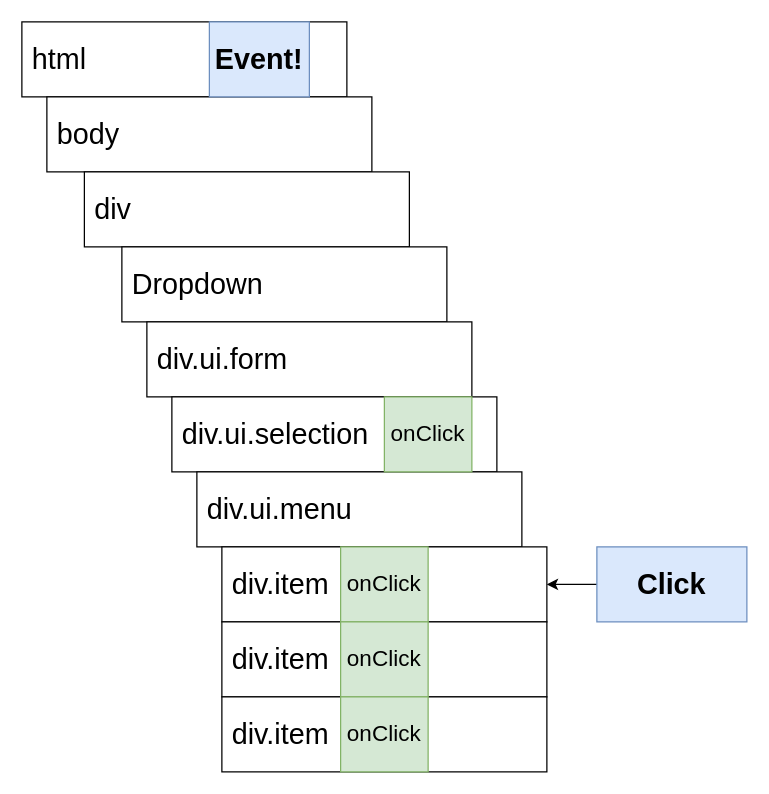
Earlier version of the draw.io diagram page "07 - bubble" (6 of 18) of diagrams/widgets/02.drawio (HappySuzuki/redux-code). Source tidied: cells renumbered, new cells numbered last; positions are measured from the earlier drawing's top-left corner, leaving out a move shared by most shapes. Both pictures are drawn from the tidied source at 125%, with x=0, y=0 at pixel (21, 21).
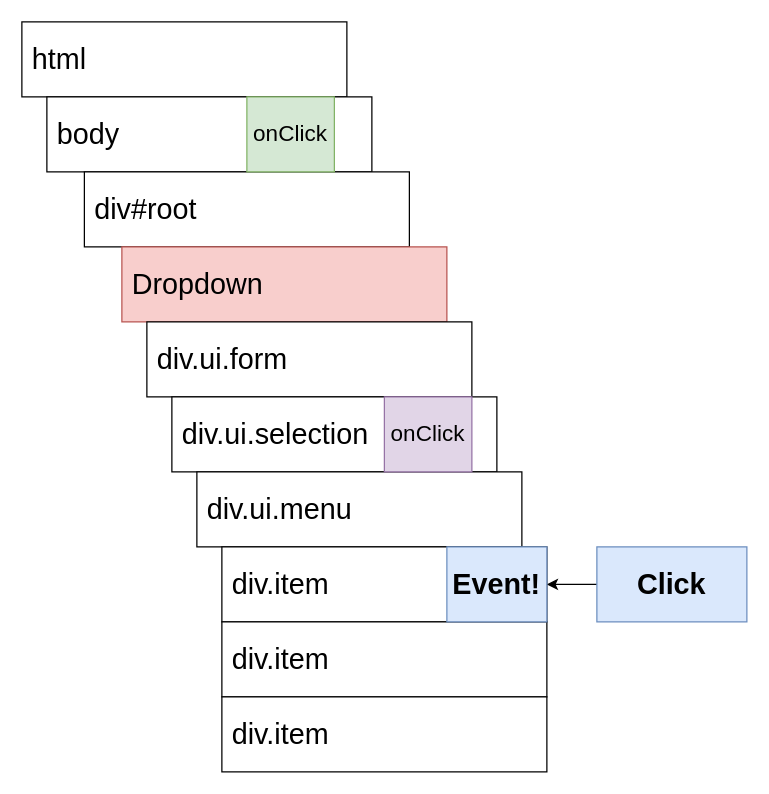
The same diagram, later.

What changed in the source:
```diff
@@
 <mxGraphModel>
   <root>
     <mxCell id="0" />
     <mxCell id="1" parent="0" />
     <mxCell id="2" value="&amp;nbsp;html" style="rounded=0;whiteSpace=wrap;html=1;fontSize=23;fontColor=#000000;align=left;" parent="1" vertex="1">
       <mxGeometry width="260" height="60" as="geometry" />
     </mxCell>
     <mxCell id="3" value="&amp;nbsp;body" style="rounded=0;whiteSpace=wrap;html=1;fontSize=23;fontColor=#000000;align=left;" parent="1" vertex="1">
       <mxGeometry x="20" y="60" width="260" height="60" as="geometry" />
     </mxCell>
-    <mxCell id="4" value="&amp;nbsp;div" style="rounded=0;whiteSpace=wrap;html=1;fontSize=23;fontColor=#000000;align=left;" parent="1" vertex="1">
+    <mxCell id="4" value="&amp;nbsp;div#root" style="rounded=0;whiteSpace=wrap;html=1;fontSize=23;fontColor=#000000;align=left;" parent="1" vertex="1">
       <mxGeometry x="50" y="120" width="260" height="60" as="geometry" />
     </mxCell>
-    <mxCell id="5" value="&amp;nbsp;Dropdown" style="rounded=0;whiteSpace=wrap;html=1;fontSize=23;fontColor=#000000;align=left;" parent="1" vertex="1">
+    <mxCell id="5" value="&amp;nbsp;Dropdown" style="rounded=0;whiteSpace=wrap;html=1;fontSize=23;align=left;fillColor=#f8cecc;strokeColor=#b85450;" parent="1" vertex="1">
       <mxGeometry x="80" y="180" width="260" height="60" as="geometry" />
     </mxCell>
     <mxCell id="6" value="&amp;nbsp;div.ui.form" style="rounded=0;whiteSpace=wrap;html=1;fontSize=23;fontColor=#000000;align=left;" parent="1" vertex="1">
       <mxGeometry x="100" y="240" width="260" height="60" as="geometry" />
     </mxCell>
     <mxCell id="7" value="&amp;nbsp;div.ui.selection" style="rounded=0;whiteSpace=wrap;html=1;fontSize=23;fontColor=#000000;align=left;" parent="1" vertex="1">
       <mxGeometry x="120" y="300" width="260" height="60" as="geometry" />
     </mxCell>
     <mxCell id="8" value="&amp;nbsp;div.ui.menu" style="rounded=0;whiteSpace=wrap;html=1;fontSize=23;fontColor=#000000;align=left;" parent="1" vertex="1">
       <mxGeometry x="140" y="360" width="260" height="60" as="geometry" />
     </mxCell>
     <mxCell id="9" value="&amp;nbsp;div.item" style="rounded=0;whiteSpace=wrap;html=1;fontSize=23;fontColor=#000000;align=left;" parent="1" vertex="1">
       <mxGeometry x="160" y="420" width="260" height="60" as="geometry" />
     </mxCell>
     <mxCell id="10" value="&amp;nbsp;div.item" style="rounded=0;whiteSpace=wrap;html=1;fontSize=23;fontColor=#000000;align=left;" parent="1" vertex="1">
       <mxGeometry x="160" y="480" width="260" height="60" as="geometry" />
     </mxCell>
     <mxCell id="11" value="&amp;nbsp;div.item" style="rounded=0;whiteSpace=wrap;html=1;fontSize=23;fontColor=#000000;align=left;" parent="1" vertex="1">
       <mxGeometry x="160" y="540" width="260" height="60" as="geometry" />
     </mxCell>
     <mxCell id="12" style="edgeStyle=orthogonalEdgeStyle;rounded=0;jettySize=auto;html=1;exitX=0;exitY=0.5;exitDx=0;exitDy=0;entryX=1;entryY=0.5;entryDx=0;entryDy=0;strokeWidth=1;fontSize=23;fontColor=#000000;" parent="1" edge="1" source="13" target="9">
       <mxGeometry relative="1" as="geometry" />
     </mxCell>
     <mxCell id="13" value="Click" style="rounded=0;whiteSpace=wrap;html=1;strokeWidth=1;fontSize=23;align=center;fillColor=#dae8fc;strokeColor=#6c8ebf;fontStyle=1;" parent="1" vertex="1">
       <mxGeometry x="460" y="420" width="120" height="60" as="geometry" />
     </mxCell>
     <mxCell id="14" value="Event!" style="rounded=0;whiteSpace=wrap;html=1;strokeWidth=1;fontSize=23;align=center;fillColor=#dae8fc;strokeColor=#6c8ebf;fontStyle=1;" parent="1" vertex="1">
-      <mxGeometry x="150" width="80" height="60" as="geometry" />
+      <mxGeometry x="340" y="420" width="80" height="60" as="geometry" />
     </mxCell>
-    <mxCell id="15" value="onClick" style="rounded=0;whiteSpace=wrap;html=1;strokeWidth=1;fontSize=18;align=center;fillColor=#d5e8d4;strokeColor=#82b366;fontStyle=0;" parent="1" vertex="1">
-      <mxGeometry x="255" y="420" width="70" height="60" as="geometry" />
-    </mxCell>
-    <mxCell id="16" value="onClick" style="rounded=0;whiteSpace=wrap;html=1;strokeWidth=1;fontSize=18;align=center;fillColor=#d5e8d4;strokeColor=#82b366;fontStyle=0;" parent="1" vertex="1">
-      <mxGeometry x="255" y="480" width="70" height="60" as="geometry" />
-    </mxCell>
-    <mxCell id="17" value="onClick" style="rounded=0;whiteSpace=wrap;html=1;strokeWidth=1;fontSize=18;align=center;fillColor=#d5e8d4;strokeColor=#82b366;fontStyle=0;" parent="1" vertex="1">
-      <mxGeometry x="255" y="540" width="70" height="60" as="geometry" />
-    </mxCell>
-    <mxCell id="18" value="onClick" style="rounded=0;whiteSpace=wrap;html=1;strokeWidth=1;fontSize=18;align=center;fillColor=#d5e8d4;strokeColor=#82b366;fontStyle=0;" parent="1" vertex="1">
+    <mxCell id="18" value="onClick" style="rounded=0;whiteSpace=wrap;html=1;strokeWidth=1;fontSize=18;align=center;fillColor=#e1d5e7;strokeColor=#9673a6;fontStyle=0;" parent="1" vertex="1">
       <mxGeometry x="290" y="300" width="70" height="60" as="geometry" />
     </mxCell>
+    <mxCell id="19" value="onClick" style="rounded=0;whiteSpace=wrap;html=1;strokeWidth=1;fontSize=18;align=center;fillColor=#d5e8d4;strokeColor=#82b366;fontStyle=0;" parent="1" vertex="1">
+      <mxGeometry x="180" y="60" width="70" height="60" as="geometry" />
+    </mxCell>
   </root>
 </mxGraphModel>
```
